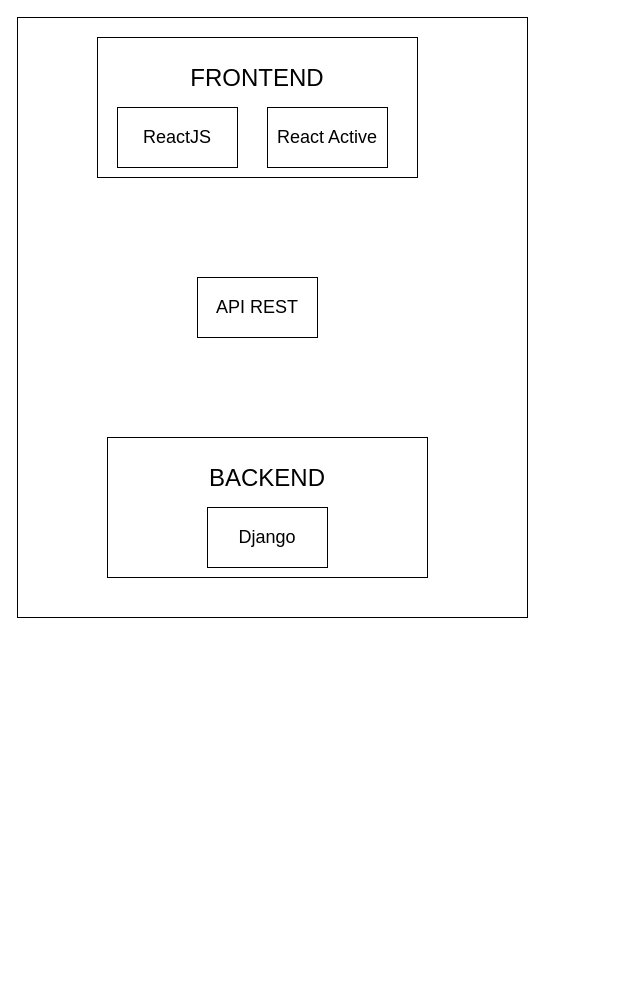
Before: Diagrama Arquitectura de Alto Nivel.drawio in 18luisc/Attenzio, a draw.io diagram. Source tidied: cells renumbered, new cells numbered last; positions are measured from the earlier drawing's top-left corner, leaving out a move shared by most shapes. Both pictures are drawn from the tidied source at 100%, with x=0, y=0 at pixel (17, 17).
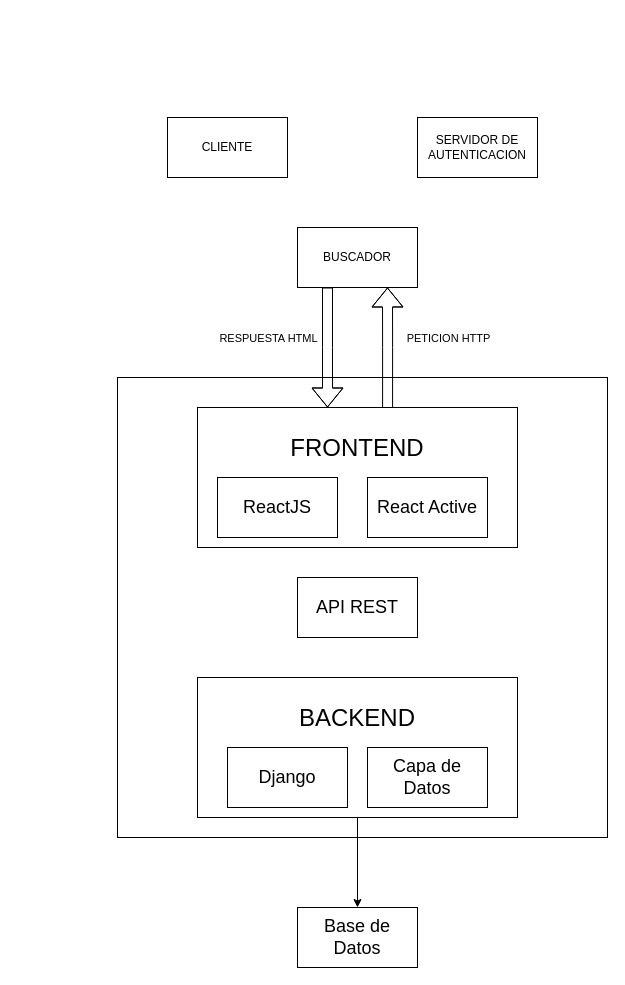
Above is the later version.

Commit message:
Se agregan elementos básicos

Change to the diagram source:
```diff
@@
     <mxCell id="2" style="rounded=0;whiteSpace=wrap;html=1;" parent="1" vertex="1">
-      <mxGeometry width="510" height="600" as="geometry" />
+      <mxGeometry x="100" y="360" width="490" height="460" as="geometry" />
     </mxCell>
+    <mxCell id="9" style="edgeStyle=orthogonalEdgeStyle;rounded=0;jettySize=auto;html=1;entryX=0.75;entryY=1;entryDx=0;entryDy=0;exitX=0.594;exitY=0.071;exitDx=0;exitDy=0;exitPerimeter=0;shape=flexArrow;" parent="1" edge="1" source="3" target="14">
+      <mxGeometry relative="1" as="geometry" />
+    </mxCell>
+    <mxCell id="10" value="PETICION HTTP" style="edgeLabel;html=1;align=center;verticalAlign=middle;" parent="9" vertex="1">
+      <mxGeometry x="0.31" y="1" relative="1" as="geometry">
+        <mxPoint x="61" y="5" as="offset" />
+      </mxGeometry>
+    </mxCell>
     <mxCell id="3" value="&lt;font style=&quot;font-size: 24px;&quot;&gt;FRONTEND&lt;/font&gt;&lt;div&gt;&lt;br&gt;&lt;/div&gt;&lt;div&gt;&lt;br&gt;&lt;/div&gt;&lt;div&gt;&lt;br&gt;&lt;/div&gt;&lt;div&gt;&lt;br&gt;&lt;/div&gt;" style="rounded=0;whiteSpace=wrap;html=1;" parent="1" vertex="1">
-      <mxGeometry x="80" y="20" width="320" height="140" as="geometry" />
+      <mxGeometry x="180" y="390" width="320" height="140" as="geometry" />
     </mxCell>
     <mxCell id="4" value="&lt;font style=&quot;font-size: 18px;&quot;&gt;ReactJS&lt;/font&gt;" style="rounded=0;whiteSpace=wrap;html=1;" parent="1" vertex="1">
-      <mxGeometry x="100" y="90" width="120" height="60" as="geometry" />
+      <mxGeometry x="200" y="460" width="120" height="60" as="geometry" />
     </mxCell>
     <mxCell id="5" value="&lt;font style=&quot;font-size: 18px;&quot;&gt;React Active&lt;/font&gt;" style="rounded=0;whiteSpace=wrap;html=1;" parent="1" vertex="1">
-      <mxGeometry x="250" y="90" width="120" height="60" as="geometry" />
+      <mxGeometry x="350" y="460" width="120" height="60" as="geometry" />
     </mxCell>
+    <mxCell id="11" style="edgeStyle=orthogonalEdgeStyle;rounded=0;jettySize=auto;html=1;" parent="1" edge="1" source="6" target="15">
+      <mxGeometry relative="1" as="geometry" />
+    </mxCell>
     <mxCell id="6" value="&lt;div&gt;&lt;span style=&quot;font-size: 24px;&quot;&gt;BACKEND&lt;/span&gt;&lt;/div&gt;&lt;div&gt;&lt;span style=&quot;font-size: 24px;&quot;&gt;&lt;br&gt;&lt;/span&gt;&lt;/div&gt;&lt;div&gt;&lt;span style=&quot;font-size: 24px;&quot;&gt;&lt;br&gt;&lt;/span&gt;&lt;/div&gt;" style="rounded=0;whiteSpace=wrap;html=1;" parent="1" vertex="1">
-      <mxGeometry x="90" y="420" width="320" height="140" as="geometry" />
+      <mxGeometry x="180" y="660" width="320" height="140" as="geometry" />
     </mxCell>
     <mxCell id="7" value="&lt;font style=&quot;font-size: 18px;&quot;&gt;Django&lt;/font&gt;" style="rounded=0;whiteSpace=wrap;html=1;" parent="1" vertex="1">
-      <mxGeometry x="190" y="490" width="120" height="60" as="geometry" />
+      <mxGeometry x="210" y="730" width="120" height="60" as="geometry" />
     </mxCell>
     <mxCell id="8" value="&lt;font style=&quot;font-size: 18px;&quot;&gt;API REST&lt;/font&gt;" style="rounded=0;whiteSpace=wrap;html=1;" parent="1" vertex="1">
-      <mxGeometry x="180" y="260" width="120" height="60" as="geometry" />
+      <mxGeometry x="280" y="560" width="120" height="60" as="geometry" />
     </mxCell>
+    <mxCell id="12" value="CLIENTE" style="rounded=0;whiteSpace=wrap;html=1;" parent="1" vertex="1">
+      <mxGeometry x="150" y="100" width="120" height="60" as="geometry" />
+    </mxCell>
+    <mxCell id="13" value="SERVIDOR DE AUTENTICACION" style="rounded=0;whiteSpace=wrap;html=1;" parent="1" vertex="1">
+      <mxGeometry x="400" y="100" width="120" height="60" as="geometry" />
+    </mxCell>
+    <mxCell id="14" value="BUSCADOR" style="rounded=0;whiteSpace=wrap;html=1;" parent="1" vertex="1">
+      <mxGeometry x="280" y="210" width="120" height="60" as="geometry" />
+    </mxCell>
+    <mxCell id="15" value="&lt;font style=&quot;font-size: 18px;&quot;&gt;Base de Datos&lt;/font&gt;" style="rounded=0;whiteSpace=wrap;html=1;" parent="1" vertex="1">
+      <mxGeometry x="280" y="890" width="120" height="60" as="geometry" />
+    </mxCell>
+    <mxCell id="16" value="&lt;font style=&quot;font-size: 18px;&quot;&gt;Capa de Datos&lt;/font&gt;" style="rounded=0;whiteSpace=wrap;html=1;" parent="1" vertex="1">
+      <mxGeometry x="350" y="730" width="120" height="60" as="geometry" />
+    </mxCell>
+    <mxCell id="17" style="endArrow=classic;html=1;rounded=0;exitX=0.25;exitY=1;exitDx=0;exitDy=0;shape=flexArrow;" parent="1" edge="1" source="14">
+      <mxGeometry relative="1" as="geometry">
+        <mxPoint x="310" y="390" as="targetPoint" />
+        <Array as="points">
+          <mxPoint x="310" y="330" />
+        </Array>
+      </mxGeometry>
+    </mxCell>
+    <mxCell id="18" value="RESPUESTA HTML" style="edgeLabel;html=1;align=center;verticalAlign=middle;" parent="1" vertex="1">
+      <mxGeometry x="250" y="320" as="geometry" />
+    </mxCell>
```
